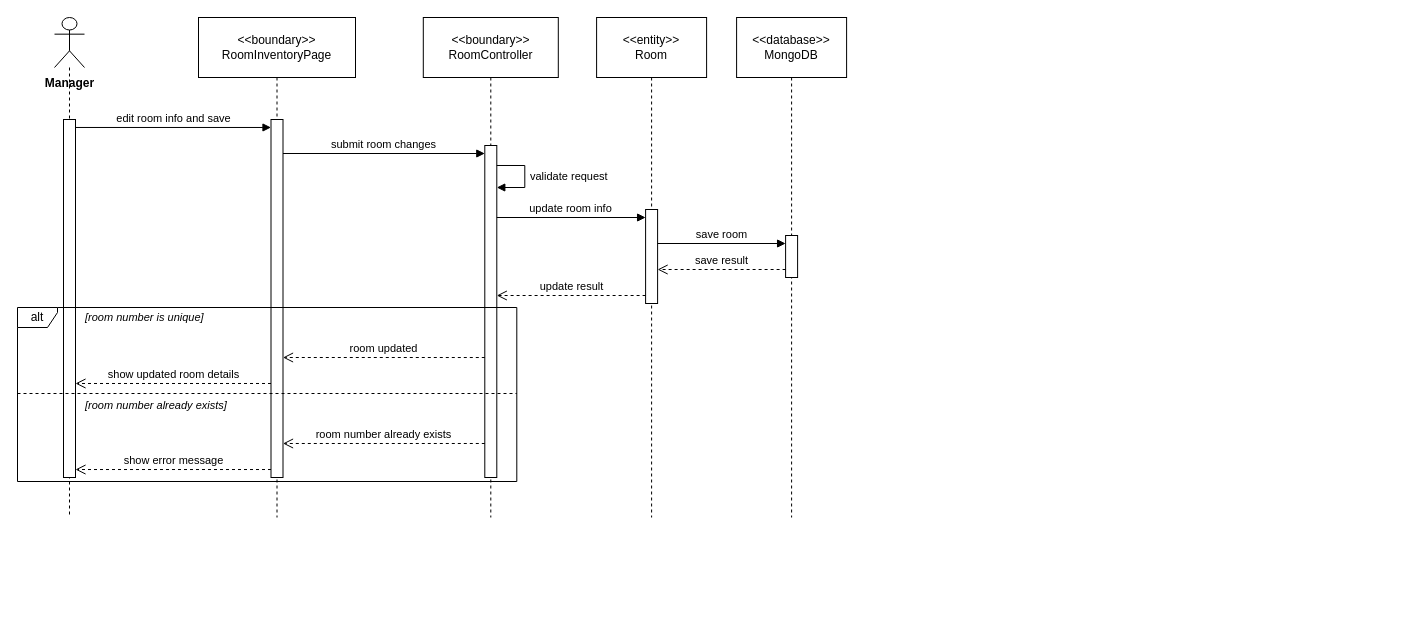
Earlier version of the draw.io diagram final/diagrams/M1_Inventory-And-Pricing_Diagrams/sequence_diagrams/SD-01_UC-M09_UpdateRoomInfo.drawio (toikobi401/SWD392). Source tidied: cells renumbered, new cells numbered last; positions are measured from the earlier drawing's top-left corner, leaving out a move shared by most shapes. Both pictures are drawn from the tidied source at 100%, with x=0, y=0 at pixel (17, 17).
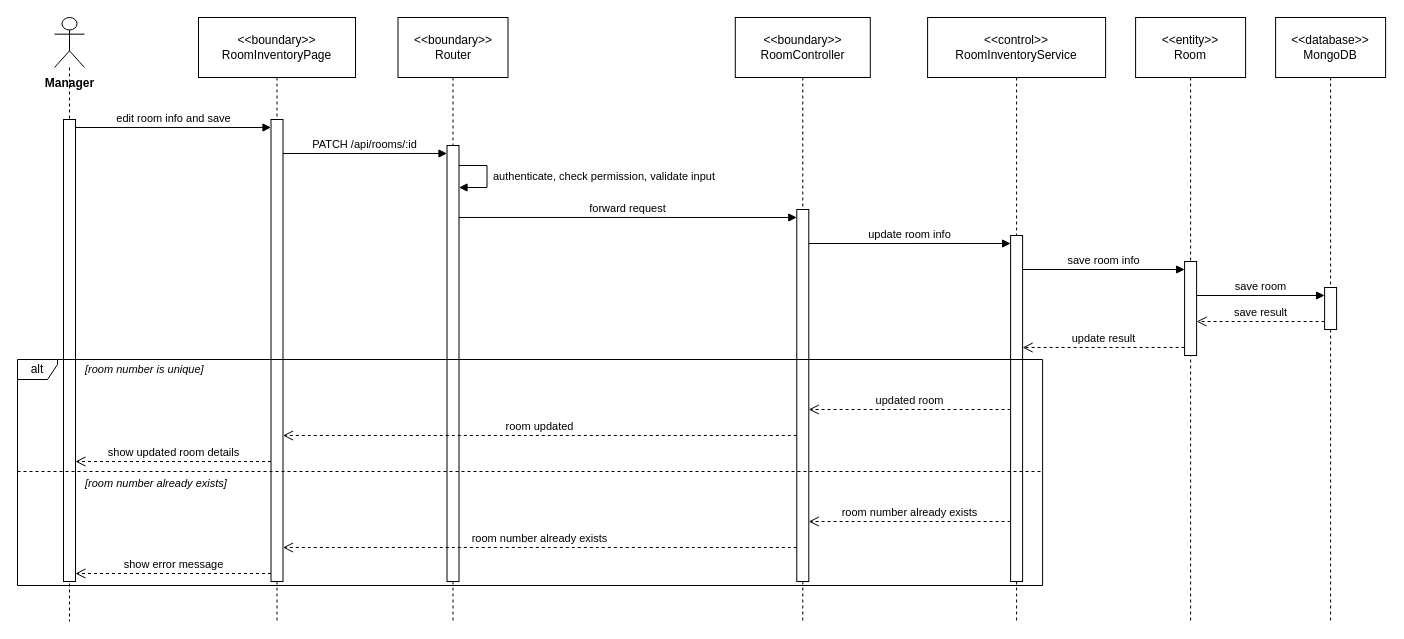
The same diagram, later.

Diff of the diagram source:
```diff
@@
     <mxCell id="2" value="Manager" style="shape=umlLifeline;participant=umlActor;perimeter=lifelinePerimeter;whiteSpace=nowrap;html=1;verticalAlign=top;spacingTop=52;size=50;fontStyle=1;" parent="1" vertex="1">
-      <mxGeometry x="37" width="30" height="500" as="geometry" />
+      <mxGeometry x="37" width="30" height="604" as="geometry" />
     </mxCell>
     <mxCell id="3" value="&amp;lt;&amp;lt;boundary&amp;gt;&amp;gt;&lt;br&gt;RoomInventoryPage" style="shape=umlLifeline;perimeter=lifelinePerimeter;whiteSpace=wrap;html=1;size=60;" parent="1" vertex="1">
-      <mxGeometry x="181" width="157" height="500" as="geometry" />
+      <mxGeometry x="181" width="157" height="604" as="geometry" />
     </mxCell>
+    <mxCell id="27" value="&amp;lt;&amp;lt;boundary&amp;gt;&amp;gt;&lt;br&gt;Router" style="shape=umlLifeline;perimeter=lifelinePerimeter;whiteSpace=wrap;html=1;size=60;" parent="1" vertex="1">
+      <mxGeometry x="380.5" width="110" height="604" as="geometry" />
+    </mxCell>
     <mxCell id="4" value="&amp;lt;&amp;lt;boundary&amp;gt;&amp;gt;&lt;br&gt;RoomController" style="shape=umlLifeline;perimeter=lifelinePerimeter;whiteSpace=wrap;html=1;size=60;" parent="1" vertex="1">
-      <mxGeometry x="405.8" width="135" height="500" as="geometry" />
+      <mxGeometry x="717.8" width="135" height="604" as="geometry" />
     </mxCell>
+    <mxCell id="28" value="&amp;lt;&amp;lt;control&amp;gt;&amp;gt;&lt;br&gt;RoomInventoryService" style="shape=umlLifeline;perimeter=lifelinePerimeter;whiteSpace=wrap;html=1;size=60;" parent="1" vertex="1">
+      <mxGeometry x="910.1" width="178" height="604" as="geometry" />
+    </mxCell>
     <mxCell id="5" value="&amp;lt;&amp;lt;entity&amp;gt;&amp;gt;&lt;br&gt;Room" style="shape=umlLifeline;perimeter=lifelinePerimeter;whiteSpace=wrap;html=1;size=60;" parent="1" vertex="1">
-      <mxGeometry x="579.1" width="110" height="500" as="geometry" />
+      <mxGeometry x="1118.1" width="110" height="604" as="geometry" />
     </mxCell>
     <mxCell id="6" value="&amp;lt;&amp;lt;database&amp;gt;&amp;gt;&lt;br&gt;MongoDB" style="shape=umlLifeline;perimeter=lifelinePerimeter;whiteSpace=wrap;html=1;size=60;" parent="1" vertex="1">
-      <mxGeometry x="719.1" width="110" height="500" as="geometry" />
+      <mxGeometry x="1258.1" width="110" height="604" as="geometry" />
     </mxCell>
     <mxCell id="7" style="html=1;points=[];perimeter=orthogonalPerimeter;outlineConnect=0;targetShapes=umlLifeline;portConstraint=eastwest;" parent="6" vertex="1">
-      <mxGeometry x="49" y="218" width="12" height="42" as="geometry" />
+      <mxGeometry x="49" y="270" width="12" height="42" as="geometry" />
     </mxCell>
     <mxCell id="8" style="html=1;points=[];perimeter=orthogonalPerimeter;outlineConnect=0;targetShapes=umlLifeline;portConstraint=eastwest;" parent="5" vertex="1">
-      <mxGeometry x="49" y="192" width="12" height="94" as="geometry" />
+      <mxGeometry x="49" y="244" width="12" height="94" as="geometry" />
     </mxCell>
-    <mxCell id="9" style="html=1;points=[];perimeter=orthogonalPerimeter;outlineConnect=0;targetShapes=umlLifeline;portConstraint=eastwest;" parent="4" vertex="1">
-      <mxGeometry x="61.5" y="128" width="12" height="332" as="geometry" />
-    </mxCell>
-    <mxCell id="10" style="html=1;points=[];perimeter=orthogonalPerimeter;outlineConnect=0;targetShapes=umlLifeline;portConstraint=eastwest;" parent="3" vertex="1">
-      <mxGeometry x="72.5" y="102" width="12" height="358" as="geometry" />
-    </mxCell>
-    <mxCell id="11" style="html=1;points=[];perimeter=orthogonalPerimeter;outlineConnect=0;targetShapes=umlLifeline;portConstraint=eastwest;" parent="2" vertex="1">
-      <mxGeometry x="9" y="102" width="12" height="358" as="geometry" />
-    </mxCell>
+    <mxCell id="29" style="html=1;points=[];perimeter=orthogonalPerimeter;outlineConnect=0;targetShapes=umlLifeline;portConstraint=eastwest;" parent="28" vertex="1">
+      <mxGeometry x="83" y="218" width="12" height="346" as="geometry" />
+    </mxCell>
+    <mxCell id="30" style="html=1;points=[];perimeter=orthogonalPerimeter;outlineConnect=0;targetShapes=umlLifeline;portConstraint=eastwest;" parent="4" vertex="1">
+      <mxGeometry x="61.5" y="192" width="12" height="372" as="geometry" />
+    </mxCell>
+    <mxCell id="31" style="html=1;points=[];perimeter=orthogonalPerimeter;outlineConnect=0;targetShapes=umlLifeline;portConstraint=eastwest;" parent="27" vertex="1">
+      <mxGeometry x="49" y="128" width="12" height="436" as="geometry" />
+    </mxCell>
+    <mxCell id="32" style="html=1;points=[];perimeter=orthogonalPerimeter;outlineConnect=0;targetShapes=umlLifeline;portConstraint=eastwest;" parent="3" vertex="1">
+      <mxGeometry x="72.5" y="102" width="12" height="462" as="geometry" />
+    </mxCell>
+    <mxCell id="33" style="html=1;points=[];perimeter=orthogonalPerimeter;outlineConnect=0;targetShapes=umlLifeline;portConstraint=eastwest;" parent="2" vertex="1">
+      <mxGeometry x="9" y="102" width="12" height="462" as="geometry" />
+    </mxCell>
     <mxCell id="12" value="alt" style="shape=umlFrame;whiteSpace=wrap;html=1;width=40;height=20;" parent="1" vertex="1">
-      <mxGeometry y="290" width="499.3" height="174" as="geometry" />
+      <mxGeometry y="342" width="1025.1" height="226" as="geometry" />
     </mxCell>
     <mxCell id="13" style="endArrow=none;dashed=1;html=1;rounded=0;" parent="1" edge="1">
       <mxGeometry relative="1" as="geometry">
-        <mxPoint y="376" as="sourcePoint" />
-        <mxPoint x="499.3" y="376" as="targetPoint" />
+        <mxPoint y="454" as="sourcePoint" />
+        <mxPoint x="1025.1" y="454" as="targetPoint" />
       </mxGeometry>
     </mxCell>
     <mxCell id="14" value="[room number is unique]" style="text;html=1;align=left;verticalAlign=middle;whiteSpace=nowrap;fontSize=11;fontStyle=2;labelBackgroundColor=#ffffff;" parent="1" vertex="1">
-      <mxGeometry x="66" y="290" width="144.3" height="20" as="geometry" />
+      <mxGeometry x="66" y="342" width="144.3" height="20" as="geometry" />
     </mxCell>
     <mxCell id="15" value="[room number already exists]" style="text;html=1;align=left;verticalAlign=middle;whiteSpace=nowrap;fontSize=11;fontStyle=2;labelBackgroundColor=#ffffff;" parent="1" vertex="1">
-      <mxGeometry x="66" y="378" width="175.8" height="20" as="geometry" />
+      <mxGeometry x="66" y="456" width="175.8" height="20" as="geometry" />
     </mxCell>
-    <mxCell id="16" value="edit room info and save" style="html=1;verticalAlign=bottom;rounded=0;fontSize=11;endArrow=block;endFill=1;exitX=1;exitY=0.0223;exitDx=0;exitDy=0;exitPerimeter=0;entryX=0;entryY=0.0223;entryDx=0;entryDy=0;entryPerimeter=0;" parent="1" edge="1" source="11" target="10">
+    <mxCell id="16" value="edit room info and save" style="html=1;verticalAlign=bottom;rounded=0;fontSize=11;endArrow=block;endFill=1;exitX=1;exitY=0.0173;exitDx=0;exitDy=0;exitPerimeter=0;entryX=0;entryY=0.0173;entryDx=0;entryDy=0;entryPerimeter=0;" parent="1" edge="1" source="33" target="32">
       <mxGeometry relative="1" as="geometry" />
     </mxCell>
-    <mxCell id="17" value="submit room changes" style="html=1;verticalAlign=bottom;rounded=0;fontSize=11;endArrow=block;endFill=1;exitX=1;exitY=0.095;exitDx=0;exitDy=0;exitPerimeter=0;entryX=0;entryY=0.0241;entryDx=0;entryDy=0;entryPerimeter=0;" parent="1" edge="1" source="10" target="9">
+    <mxCell id="17" value="PATCH /api/rooms/:id" style="html=1;verticalAlign=bottom;rounded=0;fontSize=11;endArrow=block;endFill=1;exitX=1;exitY=0.0736;exitDx=0;exitDy=0;exitPerimeter=0;entryX=0;entryY=0.0183;entryDx=0;entryDy=0;entryPerimeter=0;" parent="1" edge="1" source="32" target="31">
       <mxGeometry relative="1" as="geometry" />
     </mxCell>
-    <mxCell id="18" value="validate request" style="html=1;align=left;spacingLeft=4;verticalAlign=middle;endArrow=block;endFill=1;rounded=0;fontSize=11;exitX=1;exitY=0.0602;exitDx=0;exitDy=0;exitPerimeter=0;entryX=1;entryY=0.1265;entryDx=0;entryDy=0;entryPerimeter=0;" parent="1" edge="1" source="9" target="9">
+    <mxCell id="18" value="authenticate, check permission, validate input" style="html=1;align=left;spacingLeft=4;verticalAlign=middle;endArrow=block;endFill=1;rounded=0;fontSize=11;exitX=1;exitY=0.0459;exitDx=0;exitDy=0;exitPerimeter=0;entryX=1;entryY=0.0963;entryDx=0;entryDy=0;entryPerimeter=0;" parent="1" edge="1" source="31" target="31">
       <mxGeometry relative="1" as="geometry">
         <Array as="points">
-          <mxPoint x="507.3" y="148" />
-          <mxPoint x="507.3" y="170" />
+          <mxPoint x="469.5" y="148" />
+          <mxPoint x="469.5" y="170" />
         </Array>
       </mxGeometry>
     </mxCell>
-    <mxCell id="19" value="update room info" style="html=1;verticalAlign=bottom;rounded=0;fontSize=11;endArrow=block;endFill=1;exitX=1;exitY=0.2169;exitDx=0;exitDy=0;exitPerimeter=0;entryX=0;entryY=0.0851;entryDx=0;entryDy=0;entryPerimeter=0;" parent="1" edge="1" source="9" target="8">
+    <mxCell id="19" value="forward request" style="html=1;verticalAlign=bottom;rounded=0;fontSize=11;endArrow=block;endFill=1;exitX=1;exitY=0.1651;exitDx=0;exitDy=0;exitPerimeter=0;entryX=0;entryY=0.0215;entryDx=0;entryDy=0;entryPerimeter=0;" parent="1" edge="1" source="31" target="30">
       <mxGeometry relative="1" as="geometry" />
     </mxCell>
-    <mxCell id="20" value="save room" style="html=1;verticalAlign=bottom;rounded=0;fontSize=11;endArrow=block;endFill=1;exitX=1;exitY=0.3617;exitDx=0;exitDy=0;exitPerimeter=0;entryX=0;entryY=0.1905;entryDx=0;entryDy=0;entryPerimeter=0;" parent="1" edge="1" source="8" target="7">
+    <mxCell id="20" value="update room info" style="html=1;verticalAlign=bottom;rounded=0;fontSize=11;endArrow=block;endFill=1;exitX=1;exitY=0.0914;exitDx=0;exitDy=0;exitPerimeter=0;entryX=0;entryY=0.0231;entryDx=0;entryDy=0;entryPerimeter=0;" parent="1" edge="1" source="30" target="29">
       <mxGeometry relative="1" as="geometry" />
     </mxCell>
-    <mxCell id="21" value="save result" style="html=1;verticalAlign=bottom;rounded=0;fontSize=11;dashed=1;endArrow=open;endSize=8;exitX=0;exitY=0.8095;exitDx=0;exitDy=0;exitPerimeter=0;entryX=1;entryY=0.6383;entryDx=0;entryDy=0;entryPerimeter=0;" parent="1" edge="1" source="7" target="8">
+    <mxCell id="21" value="save room info" style="html=1;verticalAlign=bottom;rounded=0;fontSize=11;endArrow=block;endFill=1;exitX=1;exitY=0.0983;exitDx=0;exitDy=0;exitPerimeter=0;entryX=0;entryY=0.0851;entryDx=0;entryDy=0;entryPerimeter=0;" parent="1" edge="1" source="29" target="8">
       <mxGeometry relative="1" as="geometry" />
     </mxCell>
-    <mxCell id="22" value="update result" style="html=1;verticalAlign=bottom;rounded=0;fontSize=11;dashed=1;endArrow=open;endSize=8;exitX=0;exitY=0.9149;exitDx=0;exitDy=0;exitPerimeter=0;entryX=1;entryY=0.4518;entryDx=0;entryDy=0;entryPerimeter=0;" parent="1" edge="1" source="8" target="9">
+    <mxCell id="22" value="save room" style="html=1;verticalAlign=bottom;rounded=0;fontSize=11;endArrow=block;endFill=1;exitX=1;exitY=0.3617;exitDx=0;exitDy=0;exitPerimeter=0;entryX=0;entryY=0.1905;entryDx=0;entryDy=0;entryPerimeter=0;" parent="1" edge="1" source="8" target="7">
       <mxGeometry relative="1" as="geometry" />
     </mxCell>
-    <mxCell id="23" value="room updated" style="html=1;verticalAlign=bottom;rounded=0;fontSize=11;dashed=1;endArrow=open;endSize=8;exitX=0;exitY=0.6386;exitDx=0;exitDy=0;exitPerimeter=0;entryX=1;entryY=0.6648;entryDx=0;entryDy=0;entryPerimeter=0;" parent="1" edge="1" source="9" target="10">
+    <mxCell id="23" value="save result" style="html=1;verticalAlign=bottom;rounded=0;fontSize=11;dashed=1;endArrow=open;endSize=8;exitX=0;exitY=0.8095;exitDx=0;exitDy=0;exitPerimeter=0;entryX=1;entryY=0.6383;entryDx=0;entryDy=0;entryPerimeter=0;" parent="1" edge="1" source="7" target="8">
       <mxGeometry relative="1" as="geometry" />
     </mxCell>
-    <mxCell id="24" value="show updated room details" style="html=1;verticalAlign=bottom;rounded=0;fontSize=11;dashed=1;endArrow=open;endSize=8;exitX=0;exitY=0.7374;exitDx=0;exitDy=0;exitPerimeter=0;entryX=1;entryY=0.7374;entryDx=0;entryDy=0;entryPerimeter=0;" parent="1" edge="1" source="10" target="11">
+    <mxCell id="24" value="update result" style="html=1;verticalAlign=bottom;rounded=0;fontSize=11;dashed=1;endArrow=open;endSize=8;exitX=0;exitY=0.9149;exitDx=0;exitDy=0;exitPerimeter=0;entryX=1;entryY=0.3237;entryDx=0;entryDy=0;entryPerimeter=0;" parent="1" edge="1" source="8" target="29">
       <mxGeometry relative="1" as="geometry" />
     </mxCell>
-    <mxCell id="25" value="room number already exists" style="html=1;verticalAlign=bottom;rounded=0;fontSize=11;dashed=1;endArrow=open;endSize=8;exitX=0;exitY=0.8976;exitDx=0;exitDy=0;exitPerimeter=0;entryX=1;entryY=0.905;entryDx=0;entryDy=0;entryPerimeter=0;" parent="1" edge="1" source="9" target="10">
+    <mxCell id="25" value="updated room" style="html=1;verticalAlign=bottom;rounded=0;fontSize=11;dashed=1;endArrow=open;endSize=8;exitX=0;exitY=0.5029;exitDx=0;exitDy=0;exitPerimeter=0;entryX=1;entryY=0.5376;entryDx=0;entryDy=0;entryPerimeter=0;" parent="1" edge="1" source="29" target="30">
       <mxGeometry relative="1" as="geometry" />
     </mxCell>
-    <mxCell id="26" value="show error message" style="html=1;verticalAlign=bottom;rounded=0;fontSize=11;dashed=1;endArrow=open;endSize=8;exitX=0;exitY=0.9777;exitDx=0;exitDy=0;exitPerimeter=0;entryX=1;entryY=0.9777;entryDx=0;entryDy=0;entryPerimeter=0;" parent="1" edge="1" source="10" target="11">
+    <mxCell id="26" value="room updated" style="html=1;verticalAlign=bottom;rounded=0;fontSize=11;dashed=1;endArrow=open;endSize=8;exitX=0;exitY=0.6075;exitDx=0;exitDy=0;exitPerimeter=0;entryX=1;entryY=0.684;entryDx=0;entryDy=0;entryPerimeter=0;" parent="1" edge="1" source="30" target="32">
       <mxGeometry relative="1" as="geometry" />
     </mxCell>
+    <mxCell id="34" value="show updated room details" style="html=1;verticalAlign=bottom;rounded=0;fontSize=11;dashed=1;endArrow=open;endSize=8;exitX=0;exitY=0.7403;exitDx=0;exitDy=0;exitPerimeter=0;entryX=1;entryY=0.7403;entryDx=0;entryDy=0;entryPerimeter=0;" parent="1" edge="1" source="32" target="33">
+      <mxGeometry relative="1" as="geometry" />
+    </mxCell>
+    <mxCell id="35" value="room number already exists" style="html=1;verticalAlign=bottom;rounded=0;fontSize=11;dashed=1;endArrow=open;endSize=8;exitX=0;exitY=0.8266;exitDx=0;exitDy=0;exitPerimeter=0;entryX=1;entryY=0.8387;entryDx=0;entryDy=0;entryPerimeter=0;" parent="1" edge="1" source="29" target="30">
+      <mxGeometry relative="1" as="geometry" />
+    </mxCell>
+    <mxCell id="36" value="room number already exists" style="html=1;verticalAlign=bottom;rounded=0;fontSize=11;dashed=1;endArrow=open;endSize=8;exitX=0;exitY=0.9086;exitDx=0;exitDy=0;exitPerimeter=0;entryX=1;entryY=0.9264;entryDx=0;entryDy=0;entryPerimeter=0;" parent="1" edge="1" source="30" target="32">
+      <mxGeometry relative="1" as="geometry" />
+    </mxCell>
+    <mxCell id="37" value="show error message" style="html=1;verticalAlign=bottom;rounded=0;fontSize=11;dashed=1;endArrow=open;endSize=8;exitX=0;exitY=0.9827;exitDx=0;exitDy=0;exitPerimeter=0;entryX=1;entryY=0.9827;entryDx=0;entryDy=0;entryPerimeter=0;" parent="1" edge="1" source="32" target="33">
+      <mxGeometry relative="1" as="geometry" />
+    </mxCell>
```
